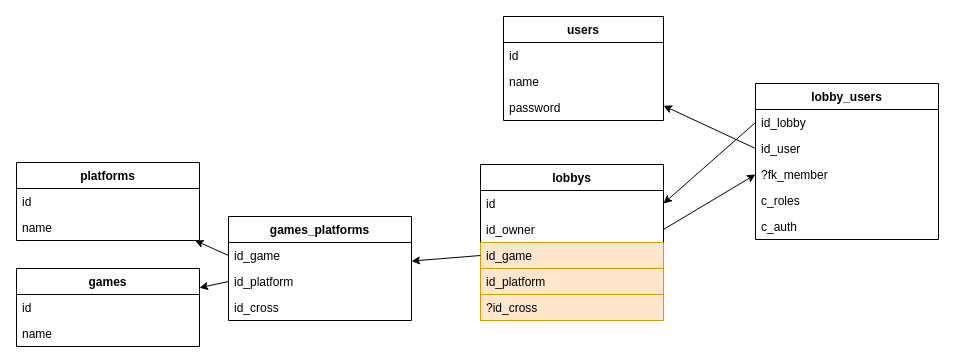
Before: _bin/diagrams/sql.drawio in papawou/o_7, a draw.io diagram. Source tidied: cells renumbered, new cells numbered last; positions are measured from the earlier drawing's top-left corner, leaving out a move shared by most shapes. Both pictures are drawn from the tidied source at 100%, with x=0, y=0 at pixel (16, 16).
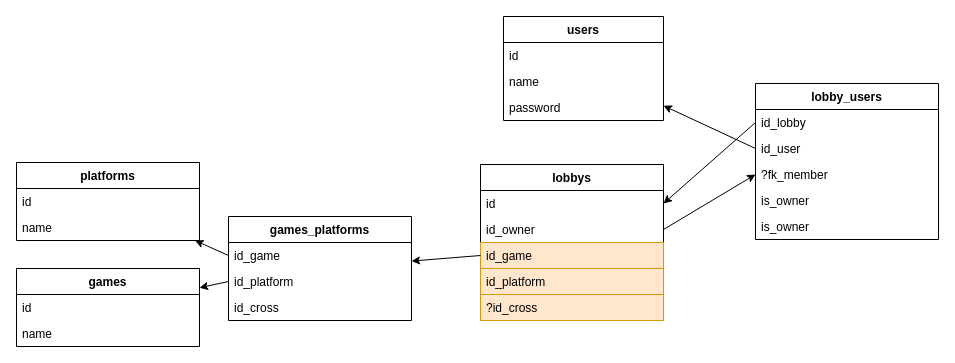
After the change.

The change refers to these unchanged cells:
```xml
<mxCell id="6" value="lobby_users" style="swimlane;fontStyle=1;align=center;verticalAlign=top;horizontal=1;startSize=26;" parent="1" vertex="1">
  <mxGeometry x="739" y="67" width="183" height="156" as="geometry" />
</mxCell>
```

The edit, as a diff of the source:
```diff
@@
-    <mxCell id="11" value="c_roles" style="text;strokeColor=none;fillColor=none;align=left;verticalAlign=top;spacingLeft=4;spacingRight=4;overflow=hidden;" parent="6" vertex="1">
+    <mxCell id="11" value="is_owner" style="text;strokeColor=none;fillColor=none;align=left;verticalAlign=top;spacingLeft=4;spacingRight=4;overflow=hidden;" parent="6" vertex="1">
       <mxGeometry y="104" width="183" height="26" as="geometry" />
     </mxCell>
-    <mxCell id="12" value="c_auth" style="text;strokeColor=none;fillColor=none;align=left;verticalAlign=top;spacingLeft=4;spacingRight=4;overflow=hidden;" parent="6" vertex="1">
-      <mxGeometry y="130" width="183" height="26" as="geometry" />
-    </mxCell>
+    <mxCell id="39" value="is_owner" style="text;strokeColor=none;fillColor=none;align=left;verticalAlign=top;spacingLeft=4;spacingRight=4;overflow=hidden;" parent="6" vertex="1">
+      <mxGeometry y="130" width="183" height="26" as="geometry" />
+    </mxCell>
```
